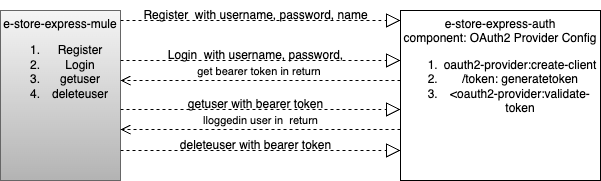
The draw.io diagram images/e-store-express-mule-1.png in madajee/integration, before a commit. Source tidied: cells renumbered, new cells last; positions are measured from the earlier drawing's top-left corner, leaving out a move shared by most shapes.
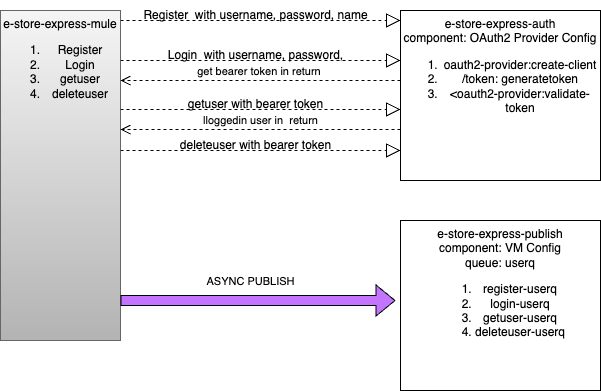
The same file after the commit.

The edit, as a diff of the source:
```diff
@@ -3,7 +3,7 @@
     <mxCell id="0" />
     <mxCell id="1" parent="0" />
     <mxCell id="2" value="e-store-express-mule&lt;br&gt;&lt;ol&gt;&lt;li&gt;Register&lt;/li&gt;&lt;li&gt;Login&lt;/li&gt;&lt;li&gt;getuser&lt;/li&gt;&lt;li&gt;deleteuser&lt;/li&gt;&lt;/ol&gt;" style="whiteSpace=wrap;html=1;verticalAlign=top;fillColor=#f5f5f5;strokeColor=#666666;gradientColor=#b3b3b3;" parent="1" vertex="1">
-      <mxGeometry y="10" width="120" height="170" as="geometry" />
+      <mxGeometry y="10" width="120" height="330" as="geometry" />
     </mxCell>
     <mxCell id="3" style="endArrow=block;dashed=1;endFill=0;endSize=12;html=1;rounded=0;" parent="1" edge="1">
       <mxGeometry relative="1" as="geometry">
@@ -56,5 +56,20 @@
     <mxCell id="13" value="e-store-express-auth&lt;br&gt;component: OAuth2 Provider Config&lt;br&gt;&lt;ol&gt;&lt;li&gt;oauth2-provider:create-client&lt;/li&gt;&lt;li&gt;/token: generatetoken&lt;/li&gt;&lt;li&gt;&amp;lt;oauth2-provider:validate-token&lt;/li&gt;&lt;/ol&gt;" style="whiteSpace=wrap;html=1;verticalAlign=top;" parent="1" vertex="1">
       <mxGeometry x="400" y="10" width="200" height="170" as="geometry" />
     </mxCell>
+    <mxCell id="14" value="e-store-express-publish&lt;br&gt;component: VM Config&lt;br&gt;queue: userq&lt;br&gt;&lt;ol&gt;&lt;li&gt;register-userq&lt;/li&gt;&lt;li&gt;login-userq&lt;/li&gt;&lt;li&gt;getuser-userq&lt;/li&gt;&lt;li&gt;deleteuser-userq&lt;/li&gt;&lt;/ol&gt;" style="whiteSpace=wrap;html=1;verticalAlign=top;" parent="1" vertex="1">
+      <mxGeometry x="400" y="220" width="200" height="170" as="geometry" />
+    </mxCell>
+    <mxCell id="15" style="shape=flexArrow;endArrow=classic;html=1;rounded=0;exitX=1.017;exitY=0.885;exitDx=0;exitDy=0;exitPerimeter=0;entryX=-0.025;entryY=0.353;entryDx=0;entryDy=0;entryPerimeter=0;fillColor=#C375FF;" parent="1" edge="1">
+      <mxGeometry relative="1" as="geometry">
+        <mxPoint x="120" y="300" as="sourcePoint" />
+        <mxPoint x="395" y="300" as="targetPoint" />
+        <Array as="points">
+          <mxPoint x="260" y="300" />
+        </Array>
+      </mxGeometry>
+    </mxCell>
+    <mxCell id="16" value="ASYNC PUBLISH" style="edgeLabel;html=1;align=center;verticalAlign=middle;" parent="1" vertex="1">
+      <mxGeometry x="250" y="280" as="geometry" />
+    </mxCell>
   </root>
 </mxGraphModel>
```
